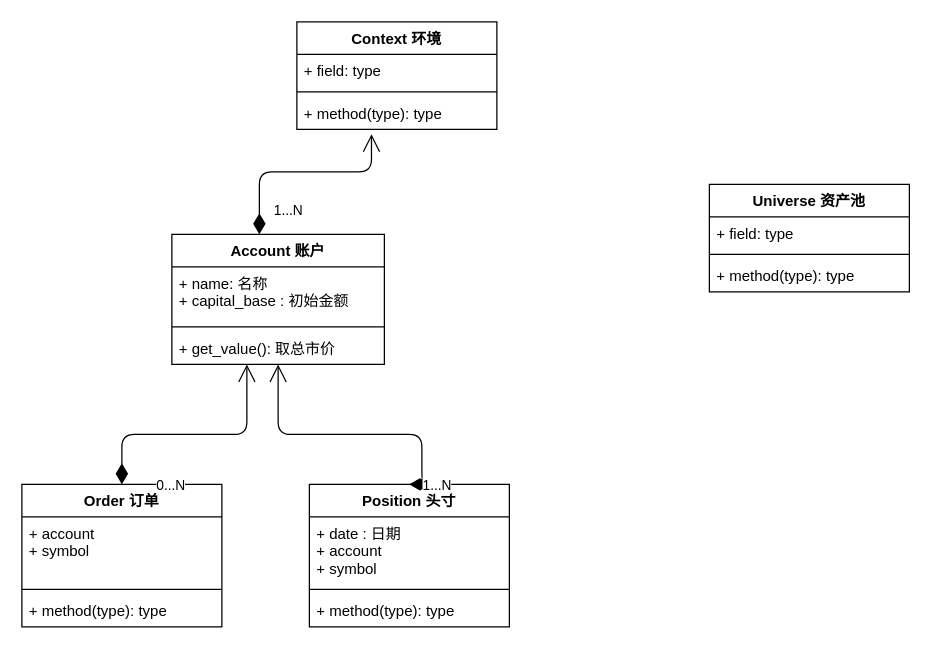
Earlier version of the draw.io diagram page "Page-1" (1 of 4) of doc/回测框架/回测框架 V_0_1/回测框架主要类关系.drawio (shwdbd/equan). Source tidied: cells renumbered, new cells numbered last; positions are measured from the earlier drawing's top-left corner, leaving out a move shared by most shapes. Both pictures are drawn from the tidied source at 125%, with x=0, y=0 at pixel (21, 21).
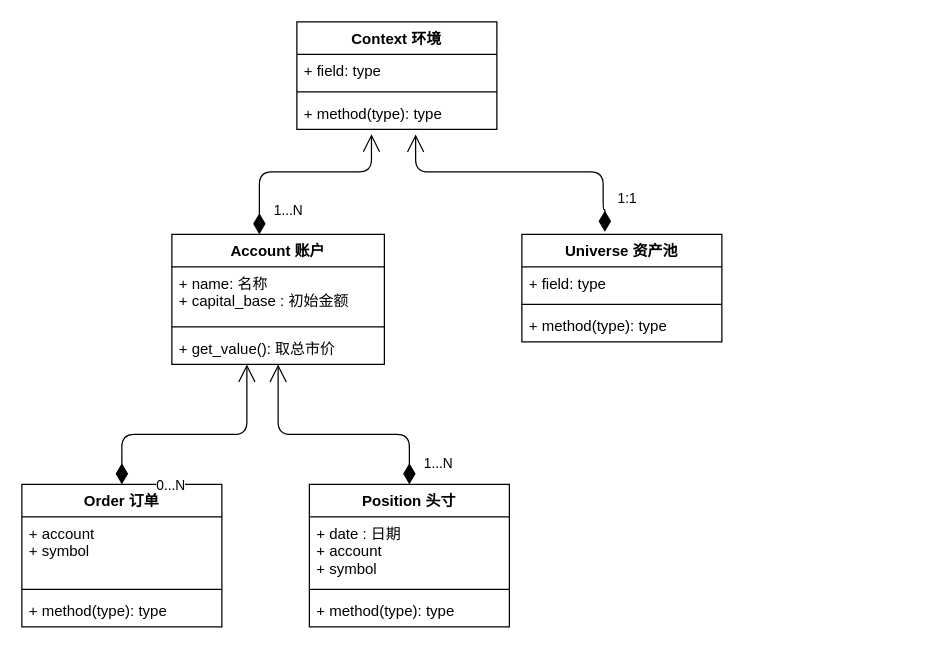
Above is the later version.

Unchanged cells that the change refers to:
```xml
<mxCell id="9" value="+ get_value(): 取总市价" style="text;strokeColor=none;fillColor=none;align=left;verticalAlign=top;spacingLeft=4;spacingRight=4;overflow=hidden;points=[[0,0.5],[1,0.5]];portConstraint=eastwest;" parent="6" vertex="1">
  <mxGeometry y="78" width="170" height="26" as="geometry" />
</mxCell>
<mxCell id="18" value="Position 头寸" style="swimlane;fontStyle=1;align=center;verticalAlign=top;horizontal=1;startSize=26;" parent="1" vertex="1">
  <mxGeometry x="230" y="370" width="160" height="114" as="geometry" />
</mxCell>
```

Diff of the diagram source:
```diff
@@
     <mxCell id="10" value="Universe 资产池" style="swimlane;fontStyle=1;align=center;verticalAlign=top;horizontal=1;startSize=26;" parent="1" vertex="1">
-      <mxGeometry x="550" y="130" width="160" height="86" as="geometry" />
+      <mxGeometry x="400" y="170" width="160" height="86" as="geometry" />
     </mxCell>
@@
     <mxCell id="23" value="1...N" style="endArrow=open;html=1;endSize=12;startArrow=diamondThin;startSize=14;startFill=1;edgeStyle=orthogonalEdgeStyle;align=left;verticalAlign=bottom;exitX=0.5;exitY=0;exitDx=0;exitDy=0;" parent="1" edge="1" source="18" target="9">
       <mxGeometry x="-0.92" y="-10" relative="1" as="geometry">
         <Array as="points">
-          <mxPoint x="320" y="370" />
-          <mxPoint x="320" y="330" />
+          <mxPoint x="310" y="330" />
           <mxPoint x="205" y="330" />
         </Array>
       </mxGeometry>
     </mxCell>
@@
+    <mxCell id="25" value="1:1" style="endArrow=open;html=1;endSize=12;startArrow=diamondThin;startSize=14;startFill=1;edgeStyle=orthogonalEdgeStyle;align=left;verticalAlign=bottom;entryX=0.373;entryY=1.147;entryDx=0;entryDy=0;entryPerimeter=0;exitX=0.445;exitY=-0.021;exitDx=0;exitDy=0;exitPerimeter=0;" parent="1" edge="1">
+      <mxGeometry x="-0.83" y="-10" relative="1" as="geometry">
+        <mxPoint x="466.4" y="168" as="sourcePoint" />
+        <mxPoint x="315" y="90" as="targetPoint" />
+        <Array as="points">
+          <mxPoint x="466" y="150" />
+          <mxPoint x="465" y="150" />
+          <mxPoint x="465" y="120" />
+          <mxPoint x="315" y="120" />
+        </Array>
+      </mxGeometry>
+    </mxCell>
```
